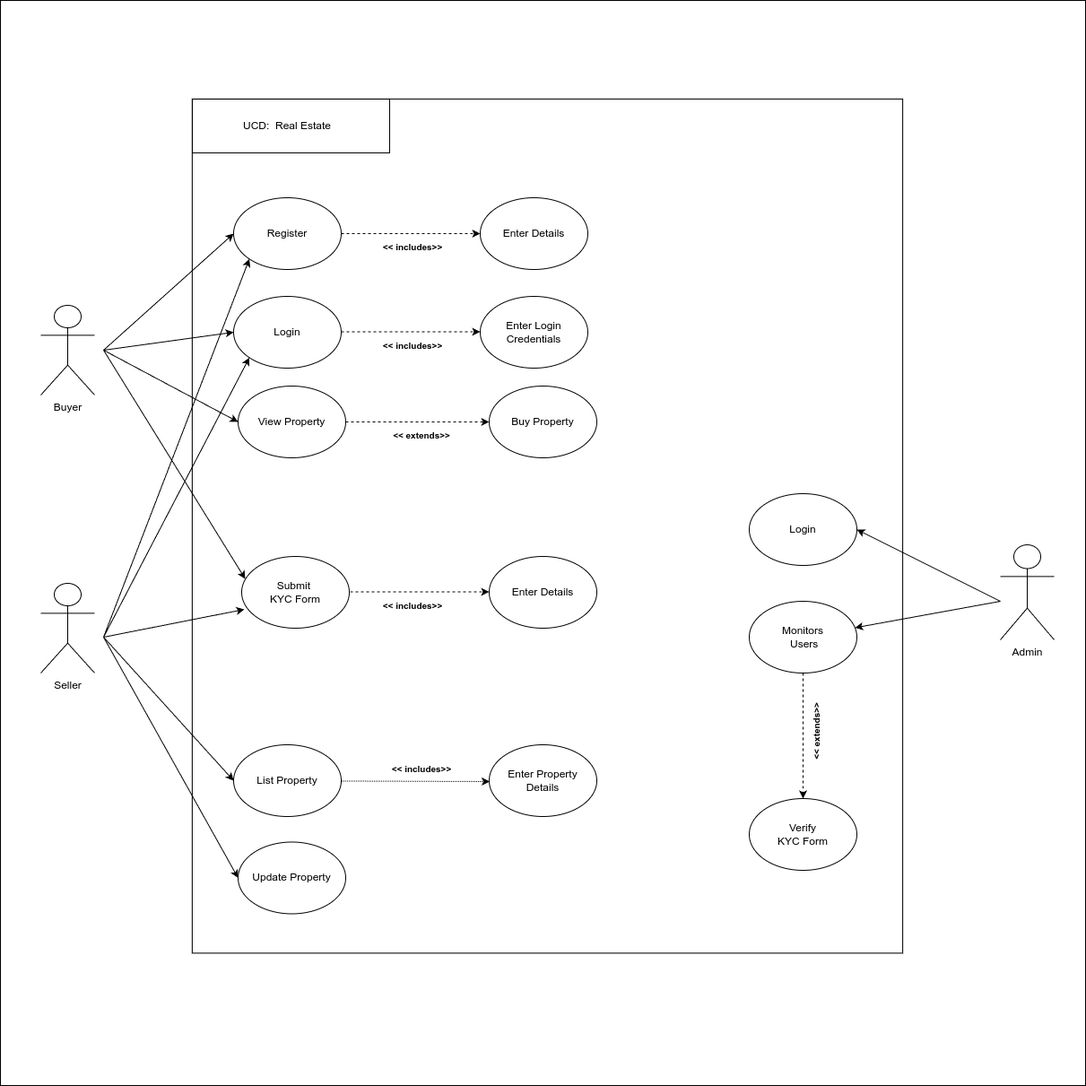
The draw.io diagram documentation/Final_UseCase_Diagram.drawio.png in Sunilyogi333/real-estate-frontend, before a commit. Source tidied: cells renumbered, new cells last; positions are measured from the earlier drawing's top-left corner, leaving out a move shared by most shapes.
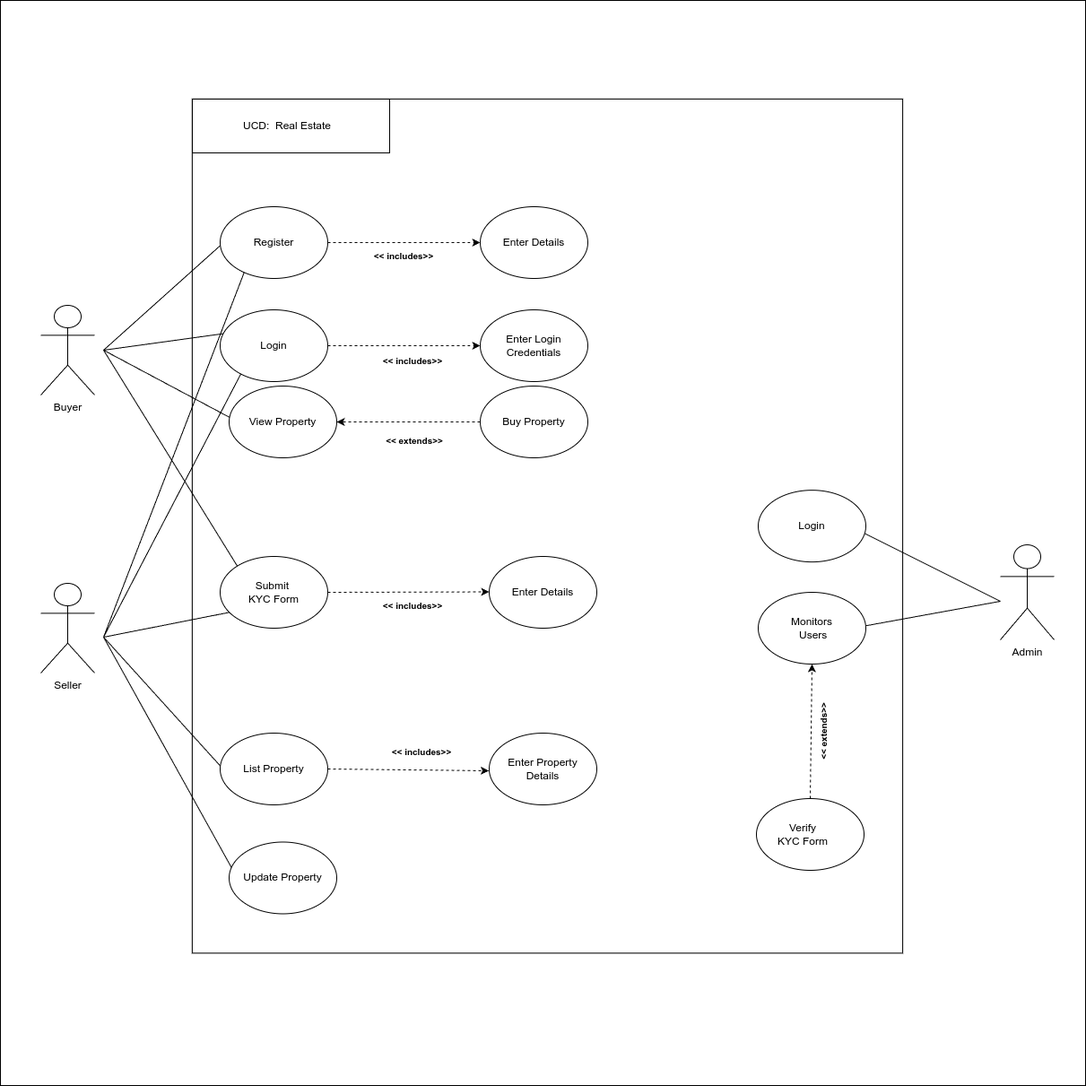
After the change.

Change to the diagram source:
```diff
@@ -8,29 +8,14 @@
     <mxCell id="3" style="rounded=0;whiteSpace=wrap;html=1;rotation=-90;" parent="1" vertex="1">
       <mxGeometry x="133.7" y="190" width="952.5" height="792.3" as="geometry" />
     </mxCell>
-    <mxCell id="4" value="Register" style="ellipse;whiteSpace=wrap;html=1;" parent="1" vertex="1">
-      <mxGeometry x="260" y="220" width="120" height="80" as="geometry" />
-    </mxCell>
-    <mxCell id="5" value="Login" style="ellipse;whiteSpace=wrap;html=1;" parent="1" vertex="1">
-      <mxGeometry x="260" y="330" width="120" height="80" as="geometry" />
-    </mxCell>
-    <mxCell id="6" value="Update Property" style="ellipse;whiteSpace=wrap;html=1;" parent="1" vertex="1">
-      <mxGeometry x="265" y="938.5" width="120" height="80" as="geometry" />
-    </mxCell>
-    <mxCell id="7" value="List Property" style="ellipse;whiteSpace=wrap;html=1;" parent="1" vertex="1">
-      <mxGeometry x="260" y="830" width="120" height="80" as="geometry" />
-    </mxCell>
     <mxCell id="8" value="Enter Details" style="ellipse;whiteSpace=wrap;html=1;" parent="1" vertex="1">
-      <mxGeometry x="535" y="220" width="120" height="80" as="geometry" />
+      <mxGeometry x="535" y="230" width="120" height="80" as="geometry" />
     </mxCell>
-    <mxCell id="9" value="View Property" style="ellipse;whiteSpace=wrap;html=1;" parent="1" vertex="1">
-      <mxGeometry x="265" y="430" width="120" height="80" as="geometry" />
-    </mxCell>
     <mxCell id="10" value="Enter Login Credentials" style="ellipse;whiteSpace=wrap;html=1;" parent="1" vertex="1">
-      <mxGeometry x="535" y="330" width="120" height="80" as="geometry" />
+      <mxGeometry x="535" y="345" width="120" height="80" as="geometry" />
     </mxCell>
     <mxCell id="11" value="Buy Property" style="ellipse;whiteSpace=wrap;html=1;" parent="1" vertex="1">
-      <mxGeometry x="545" y="430" width="120" height="80" as="geometry" />
+      <mxGeometry x="535" y="430" width="120" height="80" as="geometry" />
     </mxCell>
     <mxCell id="12" value="Buyer" style="shape=umlActor;verticalLabelPosition=bottom;verticalAlign=top;html=1;" parent="1" vertex="1">
       <mxGeometry x="45" y="340" width="60" height="100" as="geometry" />
@@ -38,42 +23,49 @@
     <mxCell id="13" value="Seller&lt;div&gt;&lt;br/&gt;&lt;/div&gt;" style="shape=umlActor;verticalLabelPosition=bottom;verticalAlign=top;html=1;" parent="1" vertex="1">
       <mxGeometry x="45" y="650" width="60" height="100" as="geometry" />
     </mxCell>
-    <mxCell id="14" style="endArrow=classic;html=1;rounded=0;entryX=0;entryY=0.5;entryDx=0;entryDy=0;" parent="1" edge="1" target="4">
+    <mxCell id="14" style="endArrow=classic;html=1;rounded=0;entryX=0;entryY=0.5;entryDx=0;entryDy=0;" parent="1" edge="1">
       <mxGeometry relative="1" as="geometry">
         <mxPoint x="115" y="390" as="sourcePoint" />
+        <mxPoint x="260" y="260" as="targetPoint" />
       </mxGeometry>
     </mxCell>
-    <mxCell id="15" style="endArrow=classic;html=1;rounded=0;entryX=0;entryY=0.5;entryDx=0;entryDy=0;" parent="1" edge="1" target="5">
+    <mxCell id="15" style="endArrow=classic;html=1;rounded=0;entryX=0;entryY=0.5;entryDx=0;entryDy=0;" parent="1" edge="1">
       <mxGeometry relative="1" as="geometry">
         <mxPoint x="115" y="390" as="sourcePoint" />
+        <mxPoint x="260" y="370" as="targetPoint" />
       </mxGeometry>
     </mxCell>
-    <mxCell id="16" style="endArrow=classic;html=1;rounded=0;entryX=0;entryY=0.5;entryDx=0;entryDy=0;" parent="1" edge="1" target="9">
+    <mxCell id="16" style="endArrow=classic;html=1;rounded=0;entryX=0;entryY=0.5;entryDx=0;entryDy=0;" parent="1" edge="1">
       <mxGeometry relative="1" as="geometry">
         <mxPoint x="115" y="390" as="sourcePoint" />
+        <mxPoint x="265" y="470" as="targetPoint" />
       </mxGeometry>
     </mxCell>
     <mxCell id="17" value="Enter Property&lt;br&gt;Details" style="ellipse;whiteSpace=wrap;html=1;" parent="1" vertex="1">
-      <mxGeometry x="545" y="830" width="120" height="80" as="geometry" />
+      <mxGeometry x="545" y="817" width="120" height="80" as="geometry" />
     </mxCell>
-    <mxCell id="18" style="endArrow=classic;html=1;rounded=0;entryX=0;entryY=0.5;entryDx=0;entryDy=0;" parent="1" edge="1" target="7">
+    <mxCell id="18" style="endArrow=classic;html=1;rounded=0;entryX=0;entryY=0.5;entryDx=0;entryDy=0;" parent="1" edge="1">
       <mxGeometry relative="1" as="geometry">
         <mxPoint x="115" y="710" as="sourcePoint" />
+        <mxPoint x="260" y="870" as="targetPoint" />
       </mxGeometry>
     </mxCell>
-    <mxCell id="19" style="endArrow=classic;html=1;rounded=0;entryX=0;entryY=0.5;entryDx=0;entryDy=0;" parent="1" edge="1" target="6">
+    <mxCell id="19" style="endArrow=classic;html=1;rounded=0;entryX=0;entryY=0.5;entryDx=0;entryDy=0;" parent="1" edge="1">
       <mxGeometry relative="1" as="geometry">
         <mxPoint x="115" y="710" as="sourcePoint" />
+        <mxPoint x="264" y="978.5" as="targetPoint" />
       </mxGeometry>
     </mxCell>
-    <mxCell id="20" style="endArrow=classic;html=1;rounded=0;entryX=0;entryY=1;entryDx=0;entryDy=0;" parent="1" edge="1" target="4">
+    <mxCell id="20" style="endArrow=classic;html=1;rounded=0;entryX=0;entryY=1;entryDx=0;entryDy=0;" parent="1" edge="1">
       <mxGeometry relative="1" as="geometry">
         <mxPoint x="115" y="710" as="sourcePoint" />
+        <mxPoint x="277.6" y="288.3" as="targetPoint" />
       </mxGeometry>
     </mxCell>
-    <mxCell id="21" style="endArrow=classic;html=1;rounded=0;entryX=0;entryY=1;entryDx=0;entryDy=0;" parent="1" edge="1" target="5">
+    <mxCell id="21" style="endArrow=classic;html=1;rounded=0;entryX=0;entryY=1;entryDx=0;entryDy=0;" parent="1" edge="1">
       <mxGeometry relative="1" as="geometry">
         <mxPoint x="115" y="710" as="sourcePoint" />
+        <mxPoint x="277.6" y="398.3" as="targetPoint" />
       </mxGeometry>
     </mxCell>
     <mxCell id="22" style="endArrow=classic;html=1;rounded=0;dashed=1;entryX=0;entryY=0.5;entryDx=0;entryDy=0;exitX=1;exitY=0.5;exitDx=0;exitDy=0;" parent="1" edge="1" source="4" target="8">
@@ -82,47 +74,38 @@
     <mxCell id="23" value="Admin&lt;br&gt;" style="shape=umlActor;verticalLabelPosition=bottom;verticalAlign=top;html=1;" parent="1" vertex="1">
       <mxGeometry x="1115" y="607" width="60" height="105.9" as="geometry" />
     </mxCell>
-    <mxCell id="24" value="Login" style="ellipse;whiteSpace=wrap;html=1;" parent="1" vertex="1">
-      <mxGeometry x="835" y="550" width="120" height="80" as="geometry" />
-    </mxCell>
-    <mxCell id="25" style="endArrow=classic;html=1;rounded=0;entryX=1;entryY=0.5;entryDx=0;entryDy=0;" parent="1" edge="1" target="24">
+    <mxCell id="25" style="endArrow=classic;html=1;rounded=0;entryX=1;entryY=0.5;entryDx=0;entryDy=0;" parent="1" edge="1">
       <mxGeometry relative="1" as="geometry">
         <mxPoint x="1115" y="670" as="sourcePoint" />
+        <mxPoint x="955" y="590" as="targetPoint" />
       </mxGeometry>
     </mxCell>
     <mxCell id="26" value="&lt;h5&gt;&amp;lt;&amp;lt; includes&amp;gt;&amp;gt;&lt;/h5&gt;" style="text;strokeColor=none;align=center;fillColor=none;html=1;verticalAlign=middle;whiteSpace=wrap;rounded=0;" parent="1" vertex="1">
-      <mxGeometry x="415" y="260" width="90" height="30" as="geometry" />
+      <mxGeometry x="405" y="270" width="90" height="30" as="geometry" />
     </mxCell>
-    <mxCell id="27" style="endArrow=classic;html=1;rounded=0;dashed=1;entryX=0;entryY=0.5;entryDx=0;entryDy=0;exitX=1;exitY=0.5;exitDx=0;exitDy=0;" parent="1" edge="1">
+    <mxCell id="27" style="endArrow=classic;html=1;rounded=0;dashed=1;entryX=0;entryY=0.5;entryDx=0;entryDy=0;exitX=1;exitY=0.5;exitDx=0;exitDy=0;" parent="1" edge="1" source="48">
       <mxGeometry relative="1" as="geometry">
-        <mxPoint x="390" y="659.5" as="sourcePoint" />
         <mxPoint x="545" y="659.5" as="targetPoint" />
       </mxGeometry>
     </mxCell>
-    <mxCell id="28" style="endArrow=classic;html=1;rounded=0;dashed=1;entryX=0;entryY=0.5;entryDx=0;entryDy=0;exitX=1;exitY=0.5;exitDx=0;exitDy=0;" parent="1" edge="1" source="9" target="11">
-      <mxGeometry relative="1" as="geometry" />
-    </mxCell>
     <mxCell id="29" value="&lt;h5&gt;&amp;lt;&amp;lt; includes&amp;gt;&amp;gt;&lt;/h5&gt;" style="text;strokeColor=none;align=center;fillColor=none;html=1;verticalAlign=middle;whiteSpace=wrap;rounded=0;" parent="1" vertex="1">
       <mxGeometry x="415" y="660" width="90" height="30" as="geometry" />
     </mxCell>
     <mxCell id="30" value="&lt;h5&gt;&amp;lt;&amp;lt; extends&amp;gt;&amp;gt;&lt;/h5&gt;" style="text;strokeColor=none;align=center;fillColor=none;html=1;verticalAlign=middle;whiteSpace=wrap;rounded=0;" parent="1" vertex="1">
-      <mxGeometry x="425" y="470" width="90" height="30" as="geometry" />
+      <mxGeometry x="417" y="476" width="90" height="30" as="geometry" />
     </mxCell>
-    <mxCell id="31" style="endArrow=classic;html=1;rounded=0;dashed=1;entryX=0;entryY=0.5;entryDx=0;entryDy=0;dashPattern=1 1;" parent="1" edge="1">
+    <mxCell id="31" style="endArrow=classic;html=1;rounded=0;dashed=1;entryX=0;entryY=0.5;entryDx=0;entryDy=0;exitX=1;exitY=0.5;exitDx=0;exitDy=0;" parent="1" edge="1" source="7">
       <mxGeometry relative="1" as="geometry">
-        <mxPoint x="380.5" y="870.5" as="sourcePoint" />
-        <mxPoint x="545.5" y="871" as="targetPoint" />
+        <mxPoint x="544.5" y="859" as="targetPoint" />
       </mxGeometry>
     </mxCell>
     <mxCell id="32" value="&lt;h5&gt;&amp;lt;&amp;lt; includes&amp;gt;&amp;gt;&lt;/h5&gt;" style="text;strokeColor=none;align=center;fillColor=none;html=1;verticalAlign=middle;whiteSpace=wrap;rounded=0;" parent="1" vertex="1">
-      <mxGeometry x="425" y="842" width="90" height="30" as="geometry" />
+      <mxGeometry x="425" y="823" width="90" height="30" as="geometry" />
     </mxCell>
-    <mxCell id="33" value="Monitors&lt;br&gt;&amp;nbsp;Users" style="ellipse;whiteSpace=wrap;html=1;" parent="1" vertex="1">
-      <mxGeometry x="835" y="670" width="120" height="80" as="geometry" />
-    </mxCell>
-    <mxCell id="34" style="endArrow=classic;html=1;rounded=0;" parent="1" edge="1" target="33">
+    <mxCell id="34" style="endArrow=classic;html=1;rounded=0;" parent="1" edge="1">
       <mxGeometry relative="1" as="geometry">
         <mxPoint x="1115" y="670" as="sourcePoint" />
+        <mxPoint x="952.9" y="699.5" as="targetPoint" />
       </mxGeometry>
     </mxCell>
     <mxCell id="35" style="rounded=0;whiteSpace=wrap;html=1;" parent="1" vertex="1">
@@ -131,45 +114,68 @@
     <mxCell id="36" value="UCD:&amp;nbsp; Real Estate" style="text;html=1;align=center;verticalAlign=middle;whiteSpace=wrap;rounded=0;" parent="1" vertex="1">
       <mxGeometry x="225" y="125" width="190" height="30" as="geometry" />
     </mxCell>
-    <mxCell id="37" style="ellipse;whiteSpace=wrap;html=1;" parent="1" vertex="1">
-      <mxGeometry x="269" y="620" width="120" height="80" as="geometry" />
-    </mxCell>
-    <mxCell id="38" value="Submit&amp;nbsp;&lt;br&gt;KYC Form" style="text;html=1;align=center;verticalAlign=middle;whiteSpace=wrap;rounded=0;" parent="1" vertex="1">
-      <mxGeometry x="299" y="645" width="60" height="30" as="geometry" />
-    </mxCell>
-    <mxCell id="39" style="endArrow=classic;html=1;rounded=0;entryX=0.033;entryY=0.313;entryDx=0;entryDy=0;entryPerimeter=0;" parent="1" edge="1" target="37">
+    <mxCell id="39" style="endArrow=classic;html=1;rounded=0;entryX=0.033;entryY=0.313;entryDx=0;entryDy=0;entryPerimeter=0;" parent="1" edge="1">
       <mxGeometry relative="1" as="geometry">
         <mxPoint x="115" y="390" as="sourcePoint" />
+        <mxPoint x="273" y="645" as="targetPoint" />
       </mxGeometry>
     </mxCell>
-    <mxCell id="40" style="endArrow=classic;html=1;rounded=0;entryX=0.025;entryY=0.738;entryDx=0;entryDy=0;entryPerimeter=0;" parent="1" edge="1" target="37">
+    <mxCell id="40" style="endArrow=classic;html=1;rounded=0;entryX=0.025;entryY=0.738;entryDx=0;entryDy=0;entryPerimeter=0;" parent="1" edge="1">
       <mxGeometry relative="1" as="geometry">
         <mxPoint x="115" y="710" as="sourcePoint" />
+        <mxPoint x="272" y="679" as="targetPoint" />
       </mxGeometry>
     </mxCell>
-    <mxCell id="41" style="endArrow=classic;html=1;rounded=0;dashed=1;entryX=0;entryY=0.5;entryDx=0;entryDy=0;exitX=1;exitY=0.5;exitDx=0;exitDy=0;" parent="1" edge="1">
-      <mxGeometry relative="1" as="geometry">
-        <mxPoint x="380" y="369.5" as="sourcePoint" />
-        <mxPoint x="535" y="369.5" as="targetPoint" />
-      </mxGeometry>
+    <mxCell id="41" style="endArrow=classic;html=1;rounded=0;dashed=1;entryX=0;entryY=0.5;entryDx=0;entryDy=0;exitX=1;exitY=0.5;exitDx=0;exitDy=0;" parent="1" edge="1" source="49" target="10">
+      <mxGeometry relative="1" as="geometry" />
     </mxCell>
     <mxCell id="42" value="&lt;h5&gt;&amp;lt;&amp;lt; includes&amp;gt;&amp;gt;&lt;/h5&gt;" style="text;strokeColor=none;align=center;fillColor=none;html=1;verticalAlign=middle;whiteSpace=wrap;rounded=0;" parent="1" vertex="1">
-      <mxGeometry x="415" y="370" width="90" height="30" as="geometry" />
+      <mxGeometry x="415" y="387" width="90" height="30" as="geometry" />
     </mxCell>
     <mxCell id="43" value="Enter Details" style="ellipse;whiteSpace=wrap;html=1;" parent="1" vertex="1">
       <mxGeometry x="545" y="620" width="120" height="80" as="geometry" />
     </mxCell>
     <mxCell id="44" style="ellipse;whiteSpace=wrap;html=1;" parent="1" vertex="1">
-      <mxGeometry x="835" y="890" width="120" height="80" as="geometry" />
+      <mxGeometry x="843" y="890" width="120" height="80" as="geometry" />
     </mxCell>
     <mxCell id="45" value="Verify&lt;br&gt;KYC Form" style="text;html=1;align=center;verticalAlign=middle;whiteSpace=wrap;rounded=0;" parent="1" vertex="1">
       <mxGeometry x="865" y="915" width="60" height="30" as="geometry" />
     </mxCell>
     <mxCell id="46" value="&lt;h5&gt;&amp;lt;&amp;lt; extends&amp;gt;&amp;gt;&lt;/h5&gt;" style="text;strokeColor=none;align=center;fillColor=none;html=1;verticalAlign=middle;whiteSpace=wrap;rounded=0;rotation=-90;" parent="1" vertex="1">
-      <mxGeometry x="865" y="800" width="90" height="30" as="geometry" />
+      <mxGeometry x="873" y="800" width="90" height="30" as="geometry" />
     </mxCell>
-    <mxCell id="47" style="endArrow=classic;html=1;rounded=0;dashed=1;entryX=0.5;entryY=0;entryDx=0;entryDy=0;" parent="1" edge="1" source="33" target="44">
-      <mxGeometry relative="1" as="geometry" />
-    </mxCell>
+    <mxCell id="7" value="List Property" style="ellipse;whiteSpace=wrap;html=1;" parent="1" vertex="1">
+      <mxGeometry x="245" y="817" width="120" height="80" as="geometry" />
+    </mxCell>
+    <mxCell id="6" value="Update Property" style="ellipse;whiteSpace=wrap;html=1;" parent="1" vertex="1">
+      <mxGeometry x="255" y="938.5" width="120" height="80" as="geometry" />
+    </mxCell>
+    <mxCell id="48" style="ellipse;whiteSpace=wrap;html=1;" parent="1" vertex="1">
+      <mxGeometry x="245" y="620" width="120" height="80" as="geometry" />
+    </mxCell>
+    <mxCell id="38" value="Submit&amp;nbsp;&lt;br&gt;KYC Form" style="text;html=1;align=center;verticalAlign=middle;whiteSpace=wrap;rounded=0;" parent="1" vertex="1">
+      <mxGeometry x="275" y="645" width="60" height="30" as="geometry" />
+    </mxCell>
+    <mxCell id="9" value="View Property" style="ellipse;whiteSpace=wrap;html=1;" parent="1" vertex="1">
+      <mxGeometry x="255" y="430" width="120" height="80" as="geometry" />
+    </mxCell>
+    <mxCell id="49" value="Login" style="ellipse;whiteSpace=wrap;html=1;" parent="1" vertex="1">
+      <mxGeometry x="245" y="345" width="120" height="80" as="geometry" />
+    </mxCell>
+    <mxCell id="4" value="Register" style="ellipse;whiteSpace=wrap;html=1;" parent="1" vertex="1">
+      <mxGeometry x="245" y="230" width="120" height="80" as="geometry" />
+    </mxCell>
+    <mxCell id="50" value="Login" style="ellipse;whiteSpace=wrap;html=1;" parent="1" vertex="1">
+      <mxGeometry x="845" y="546.1" width="120" height="80" as="geometry" />
+    </mxCell>
+    <mxCell id="33" value="Monitors&lt;br&gt;&amp;nbsp;Users" style="ellipse;whiteSpace=wrap;html=1;" parent="1" vertex="1">
+      <mxGeometry x="845" y="660" width="120" height="80" as="geometry" />
+    </mxCell>
+    <mxCell id="51" style="endArrow=classic;html=1;rounded=0;dashed=1;entryX=0.5;entryY=1;entryDx=0;entryDy=0;exitX=0.5;exitY=0;exitDx=0;exitDy=0;" parent="1" edge="1" source="44" target="33">
+      <mxGeometry relative="1" as="geometry" />
+    </mxCell>
+    <mxCell id="52" style="endArrow=classic;html=1;rounded=0;dashed=1;entryX=1;entryY=0.5;entryDx=0;entryDy=0;exitX=0;exitY=0.5;exitDx=0;exitDy=0;" parent="1" edge="1" source="11" target="9">
+      <mxGeometry relative="1" as="geometry" />
+    </mxCell>
   </root>
 </mxGraphModel>
```
